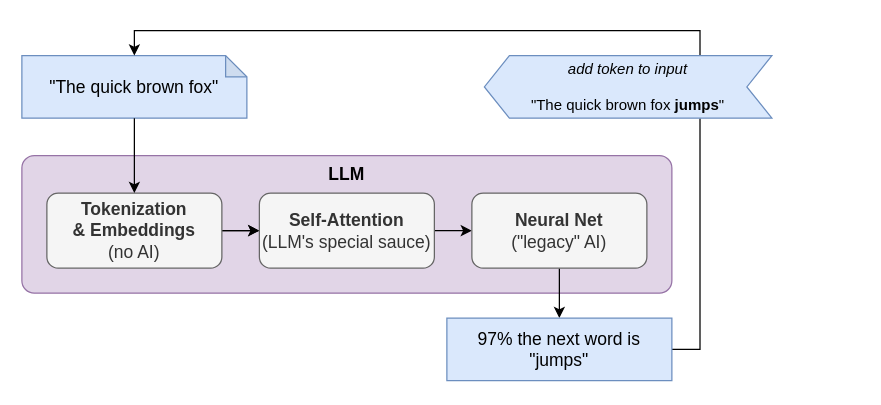
This is book/images/03/llm-flow.drawio from yshavit/llm-notes, a draw.io file, before an edit. Source tidied: cells renumbered, new cells numbered last; positions are measured from the earlier drawing's top-left corner, leaving out a move shared by most shapes. Both pictures are drawn from the tidied source at 125%, with x=0, y=0 at pixel (21, 55).
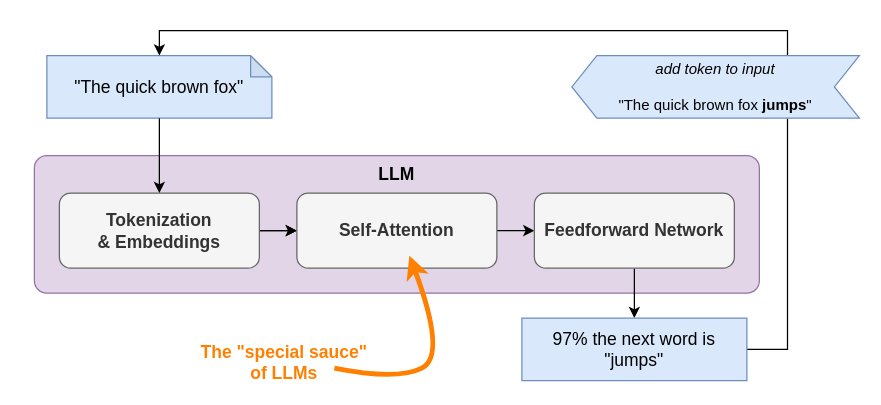
After the change.

Commit message (it also covers changes not shown here):
"neural net" -> FFN

Diff of the diagram source:
```diff
@@
     <mxCell id="2" value="&quot;The quick brown fox&quot;" style="shape=note;whiteSpace=wrap;html=1;backgroundOutline=1;darkOpacity=0.05;size=17;fillColor=#dae8fc;strokeColor=#6c8ebf;fontSize=14;" parent="1" vertex="1">
-      <mxGeometry width="180" height="50" as="geometry" />
+      <mxGeometry x="20" width="180" height="50" as="geometry" />
     </mxCell>
     <mxCell id="3" value="LLM" style="rounded=1;whiteSpace=wrap;html=1;fillColor=#e1d5e7;strokeColor=#9673a6;arcSize=9;verticalAlign=top;fontSize=14;fontStyle=1;labelBackgroundColor=none;" parent="1" vertex="1">
-      <mxGeometry y="80" width="520" height="110" as="geometry" />
+      <mxGeometry x="10" y="80" width="580" height="110" as="geometry" />
     </mxCell>
@@
-    <mxCell id="6" value="&lt;b&gt;Tokenization&lt;br&gt;&amp;amp; Embeddings&lt;/b&gt;&lt;br&gt;(no AI)" style="rounded=1;whiteSpace=wrap;html=1;fillColor=#f5f5f5;fontColor=#333333;strokeColor=#666666;fontSize=14;" parent="1" vertex="1">
-      <mxGeometry x="20" y="110" width="140" height="60" as="geometry" />
+    <mxCell id="6" value="&lt;b&gt;Tokenization&lt;br&gt;&amp;amp; Embeddings&lt;/b&gt;" style="rounded=1;whiteSpace=wrap;html=1;fillColor=#f5f5f5;fontColor=#333333;strokeColor=#666666;fontSize=14;" parent="1" vertex="1">
+      <mxGeometry x="30" y="110" width="160" height="60" as="geometry" />
     </mxCell>
@@
-    <mxCell id="8" value="&lt;b&gt;Self-Attention&lt;/b&gt;&lt;br&gt;(LLM's special sauce)" style="rounded=1;whiteSpace=wrap;html=1;fillColor=#f5f5f5;fontColor=#333333;strokeColor=#666666;fontSize=14;" parent="1" vertex="1">
-      <mxGeometry x="190" y="110" width="140" height="60" as="geometry" />
+    <mxCell id="8" value="&lt;b&gt;Self-Attention&lt;/b&gt;" style="rounded=1;whiteSpace=wrap;html=1;fillColor=#f5f5f5;fontColor=#333333;strokeColor=#666666;fontSize=14;" parent="1" vertex="1">
+      <mxGeometry x="220" y="110" width="160" height="60" as="geometry" />
     </mxCell>
@@
-    <mxCell id="10" value="&lt;b&gt;Neural Net&lt;/b&gt;&lt;br&gt;(&quot;legacy&quot; AI)" style="rounded=1;whiteSpace=wrap;html=1;fillColor=#f5f5f5;fontColor=#333333;strokeColor=#666666;fontSize=14;" parent="1" vertex="1">
-      <mxGeometry x="360" y="110" width="140" height="60" as="geometry" />
+    <mxCell id="10" value="&lt;b&gt;Feedforward Network&lt;/b&gt;" style="rounded=1;whiteSpace=wrap;html=1;fillColor=#f5f5f5;fontColor=#333333;strokeColor=#666666;fontSize=14;" parent="1" vertex="1">
+      <mxGeometry x="410" y="110" width="160" height="60" as="geometry" />
     </mxCell>
@@
     <mxCell id="12" value="97% the next word is &quot;jumps&quot;" style="rounded=0;whiteSpace=wrap;html=1;fontSize=14;fillColor=#dae8fc;strokeColor=#6c8ebf;" parent="1" vertex="1">
-      <mxGeometry x="340" y="210" width="180" height="50" as="geometry" />
+      <mxGeometry x="400" y="210" width="180" height="50" as="geometry" />
     </mxCell>
@@
     <mxCell id="14" value="&lt;i&gt;add token to input&lt;/i&gt;&lt;div&gt;&lt;br&gt;&lt;/div&gt;&lt;div&gt;&quot;The quick brown fox &lt;b&gt;jumps&lt;/b&gt;&quot;&lt;/div&gt;" style="shape=step;perimeter=stepPerimeter;whiteSpace=wrap;html=1;fixedSize=1;fillColor=#dae8fc;strokeColor=#6c8ebf;size=20;flipH=1;" parent="1" vertex="1">
-      <mxGeometry x="370" width="230" height="50" as="geometry" />
+      <mxGeometry x="440" width="230" height="50" as="geometry" />
     </mxCell>
@@
+    <mxCell id="16" value="The &quot;special sauce&quot; of LLMs" style="text;html=1;whiteSpace=wrap;strokeColor=none;fillColor=none;align=center;verticalAlign=middle;rounded=0;fontColor=#FF8000;fontSize=14;shadow=0;labelBorderColor=none;textShadow=0;shadowOffsetY=1;shadowBlur=1;shadowOffsetX=1;comic=0;labelBackgroundColor=none;fontStyle=1;" parent="1" vertex="1">
+      <mxGeometry x="140" y="230" width="140" height="30" as="geometry" />
+    </mxCell>
+    <mxCell id="17" style="curved=1;endArrow=classic;html=1;rounded=0;strokeColor=#FF8000;strokeWidth=4;" parent="1" edge="1">
+      <mxGeometry relative="1" as="geometry">
+        <mxPoint x="250" y="250" as="sourcePoint" />
+        <mxPoint x="310" y="160" as="targetPoint" />
+        <Array as="points">
+          <mxPoint x="300" y="260" />
+          <mxPoint x="340" y="240" />
+        </Array>
+      </mxGeometry>
+    </mxCell>
```
